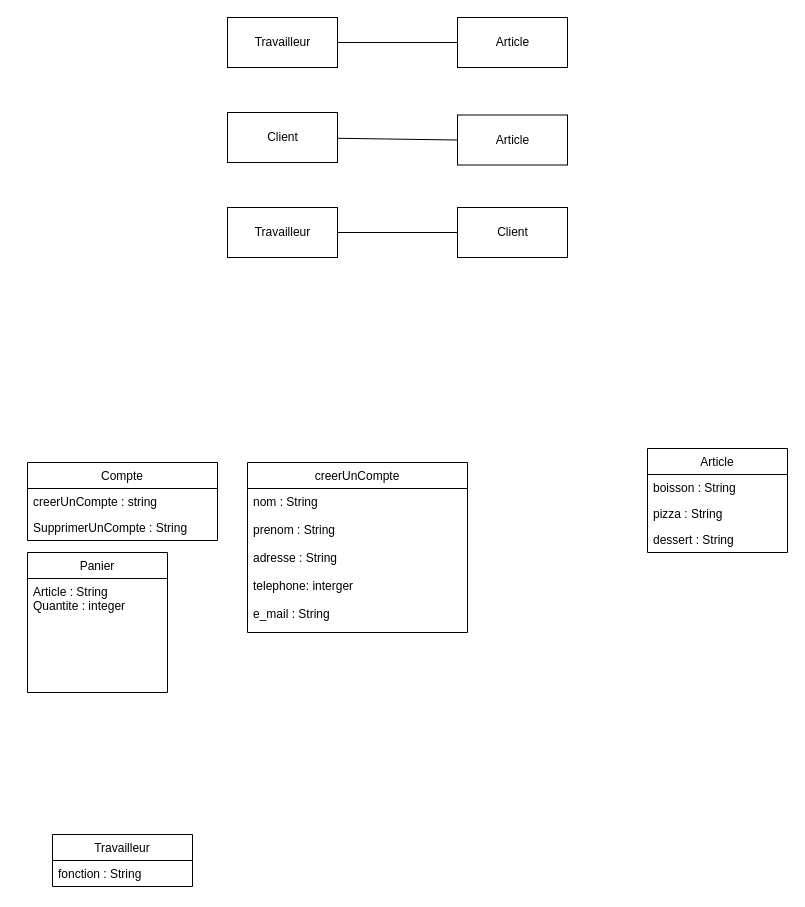
The draw.io diagram Untitled Diagram.drawio in vinsbld/StechOcPizz, before the edit. Source tidied: cells renumbered, new cells numbered last; positions are measured from the earlier drawing's top-left corner, leaving out a move shared by most shapes. Both pictures are drawn from the tidied source at 100%, with x=0, y=0 at pixel (27, 17).
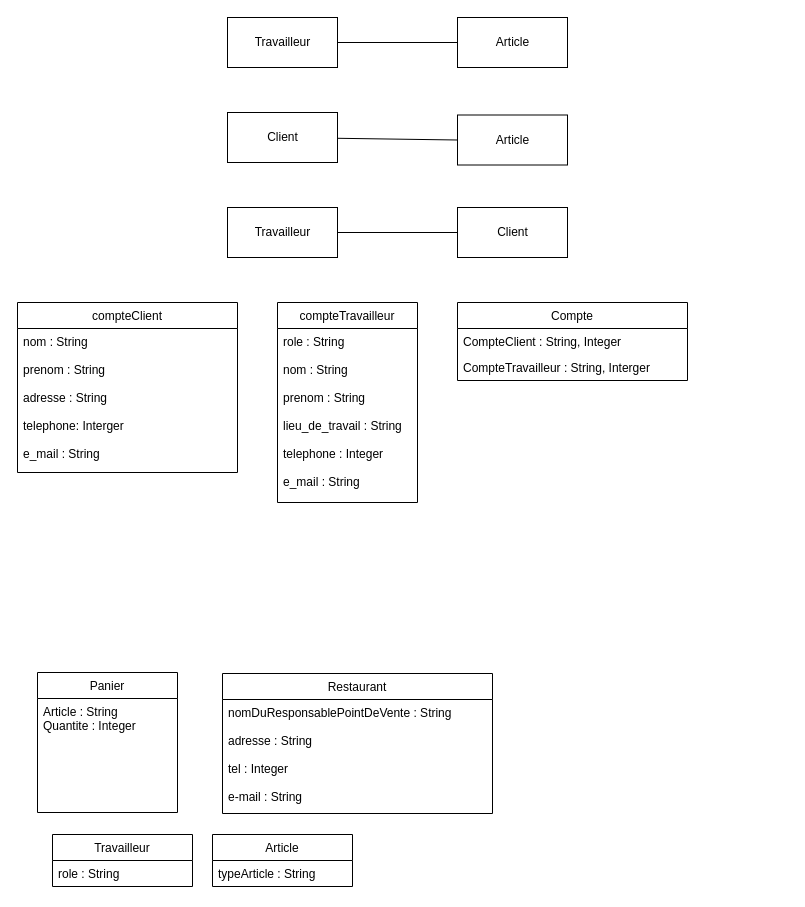
Above is the later version.

Unchanged cells that the change refers to:
```xml
<mxCell id="7" value="Travailleur" style="swimlane;fontStyle=0;horizontal=1;startSize=26;fillColor=none;" parent="1" vertex="1">
  <mxGeometry x="25" y="817" width="140" height="52" as="geometry" />
</mxCell>
```

What changed in the source:
```diff
@@
-    <mxCell id="8" value="fonction : String" style="text;strokeColor=none;fillColor=none;align=left;verticalAlign=top;spacingLeft=4;spacingRight=4;overflow=hidden;" parent="7" vertex="1">
+    <mxCell id="8" value="role : String" style="text;strokeColor=none;fillColor=none;align=left;verticalAlign=top;spacingLeft=4;spacingRight=4;overflow=hidden;" parent="7" vertex="1">
       <mxGeometry y="26" width="140" height="26" as="geometry" />
     </mxCell>
     <mxCell id="9" value="Article" style="swimlane;fontStyle=0;horizontal=1;startSize=26;fillColor=none;" parent="1" vertex="1">
-      <mxGeometry x="620" y="431" width="140" height="104" as="geometry" />
+      <mxGeometry x="185" y="817" width="140" height="52" as="geometry" />
     </mxCell>
-    <mxCell id="10" value="boisson : String" style="text;strokeColor=none;fillColor=none;align=left;verticalAlign=top;spacingLeft=4;spacingRight=4;overflow=hidden;" parent="9" vertex="1">
+    <mxCell id="10" value="typeArticle : String" style="text;strokeColor=none;fillColor=none;align=left;verticalAlign=top;spacingLeft=4;spacingRight=4;overflow=hidden;" parent="9" vertex="1">
       <mxGeometry y="26" width="140" height="26" as="geometry" />
     </mxCell>
-    <mxCell id="11" value="pizza : String" style="text;strokeColor=none;fillColor=none;align=left;verticalAlign=top;spacingLeft=4;spacingRight=4;overflow=hidden;" parent="9" vertex="1">
-      <mxGeometry y="52" width="140" height="26" as="geometry" />
-    </mxCell>
-    <mxCell id="12" value="dessert : String" style="text;strokeColor=none;fillColor=none;align=left;verticalAlign=top;spacingLeft=4;spacingRight=4;overflow=hidden;" parent="9" vertex="1">
-      <mxGeometry y="78" width="140" height="26" as="geometry" />
-    </mxCell>
@@
     <mxCell id="17" value="Panier" style="swimlane;fontStyle=0;horizontal=1;startSize=26;fillColor=none;" parent="1" vertex="1">
-      <mxGeometry y="535" width="140" height="140" as="geometry" />
+      <mxGeometry x="10" y="655" width="140" height="140" as="geometry" />
     </mxCell>
-    <mxCell id="18" value="Article : String&#10;Quantite : integer&#10;" style="text;strokeColor=none;fillColor=none;align=left;verticalAlign=top;spacingLeft=4;spacingRight=4;overflow=hidden;" parent="17" vertex="1">
+    <mxCell id="18" value="Article : String&#10;Quantite : Integer&#10;" style="text;strokeColor=none;fillColor=none;align=left;verticalAlign=top;spacingLeft=4;spacingRight=4;overflow=hidden;" parent="17" vertex="1">
       <mxGeometry y="26" width="140" height="114" as="geometry" />
     </mxCell>
-    <mxCell id="19" value="Compte" style="swimlane;fontStyle=0;horizontal=1;startSize=26;fillColor=none;" parent="1" vertex="1">
-      <mxGeometry y="445" width="190" height="78" as="geometry" />
-    </mxCell>
-    <mxCell id="20" value="creerUnCompte : string" style="text;strokeColor=none;fillColor=none;align=left;verticalAlign=top;spacingLeft=4;spacingRight=4;overflow=hidden;" parent="19" vertex="1">
-      <mxGeometry y="26" width="190" height="26" as="geometry" />
-    </mxCell>
-    <mxCell id="21" value="SupprimerUnCompte : String" style="text;strokeColor=none;fillColor=none;align=left;verticalAlign=top;spacingLeft=4;spacingRight=4;overflow=hidden;" parent="19" vertex="1">
-      <mxGeometry y="52" width="190" height="26" as="geometry" />
-    </mxCell>
-    <mxCell id="22" value="creerUnCompte" style="swimlane;fontStyle=0;horizontal=1;startSize=26;fillColor=none;" parent="1" vertex="1">
-      <mxGeometry x="220" y="445" width="220" height="170" as="geometry" />
+    <mxCell id="22" value="compteClient" style="swimlane;fontStyle=0;horizontal=1;startSize=26;fillColor=none;" parent="1" vertex="1">
+      <mxGeometry x="-10" y="285" width="220" height="170" as="geometry" />
     </mxCell>
-    <mxCell id="23" value="nom : String&#10;&#10;prenom : String&#10;&#10;adresse : String&#10;&#10;telephone: interger&#10;&#10;e_mail : String&#10;" style="text;strokeColor=none;fillColor=none;align=left;verticalAlign=top;spacingLeft=4;spacingRight=4;overflow=hidden;" parent="22" vertex="1">
+    <mxCell id="23" value="nom : String&#10;&#10;prenom : String&#10;&#10;adresse : String&#10;&#10;telephone: Interger&#10;&#10;e_mail : String&#10;" style="text;strokeColor=none;fillColor=none;align=left;verticalAlign=top;spacingLeft=4;spacingRight=4;overflow=hidden;" parent="22" vertex="1">
       <mxGeometry y="26" width="220" height="144" as="geometry" />
     </mxCell>
+    <mxCell id="24" value="Restaurant" style="swimlane;fontStyle=0;horizontal=1;startSize=26;fillColor=none;" parent="1" vertex="1">
+      <mxGeometry x="195" y="656" width="270" height="140" as="geometry" />
+    </mxCell>
+    <mxCell id="25" value="nomDuResponsablePointDeVente : String&#10;&#10;adresse : String&#10;&#10;tel : Integer&#10;&#10;e-mail : String&#10;&#10;" style="text;strokeColor=none;fillColor=none;align=left;verticalAlign=top;spacingLeft=4;spacingRight=4;overflow=hidden;" parent="24" vertex="1">
+      <mxGeometry y="26" width="270" height="114" as="geometry" />
+    </mxCell>
+    <mxCell id="26" value="compteTravailleur" style="swimlane;fontStyle=0;horizontal=1;startSize=26;fillColor=none;" parent="1" vertex="1">
+      <mxGeometry x="250" y="285" width="140" height="200" as="geometry" />
+    </mxCell>
+    <mxCell id="27" value="role : String&#10;&#10;nom : String&#10;&#10;prenom : String&#10;&#10;lieu_de_travail : String&#10;&#10;telephone : Integer&#10;&#10;e_mail : String&#10;" style="text;strokeColor=none;fillColor=none;align=left;verticalAlign=top;spacingLeft=4;spacingRight=4;overflow=hidden;" parent="26" vertex="1">
+      <mxGeometry y="26" width="140" height="174" as="geometry" />
+    </mxCell>
+    <mxCell id="19" value="Compte" style="swimlane;fontStyle=0;horizontal=1;startSize=26;fillColor=none;" parent="1" vertex="1">
+      <mxGeometry x="430" y="285" width="230" height="78" as="geometry" />
+    </mxCell>
+    <mxCell id="28" value="CompteClient : String, Integer" style="text;strokeColor=none;fillColor=none;align=left;verticalAlign=top;spacingLeft=4;spacingRight=4;overflow=hidden;" parent="19" vertex="1">
+      <mxGeometry y="26" width="230" height="26" as="geometry" />
+    </mxCell>
+    <mxCell id="29" value="CompteTravailleur : String, Interger" style="text;strokeColor=none;fillColor=none;align=left;verticalAlign=top;spacingLeft=4;spacingRight=4;overflow=hidden;" parent="19" vertex="1">
+      <mxGeometry y="52" width="230" height="26" as="geometry" />
+    </mxCell>
```
